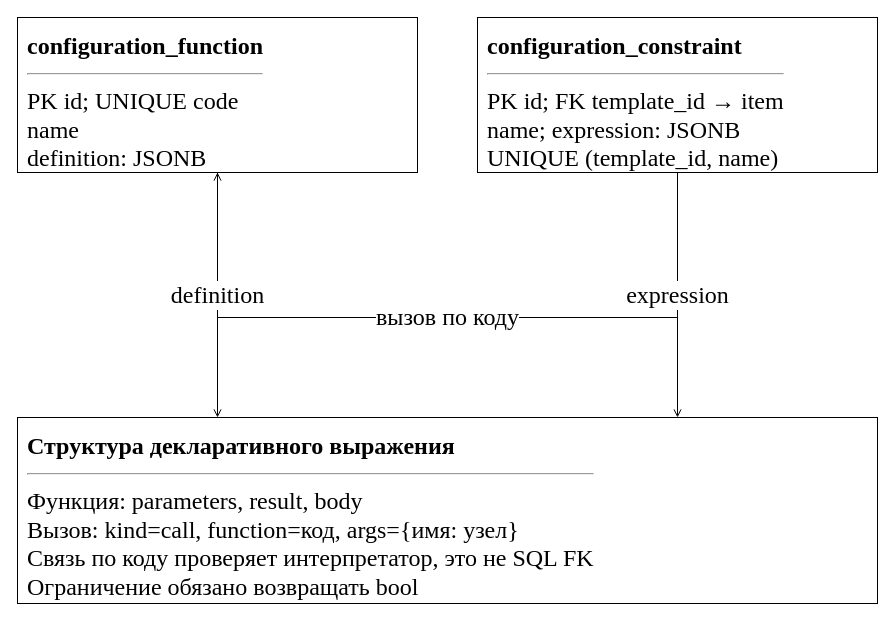
The draw.io diagram utils/lab7/diagrams/08_erd_rules.drawio in 10xtheo/mispris-sem7, before the edit. Source tidied: cells renumbered, new cells numbered last; positions are measured from the earlier drawing's top-left corner, leaving out a move shared by most shapes. Both pictures are drawn from the tidied source at 100%, with x=0, y=0 at pixel (17, 17).
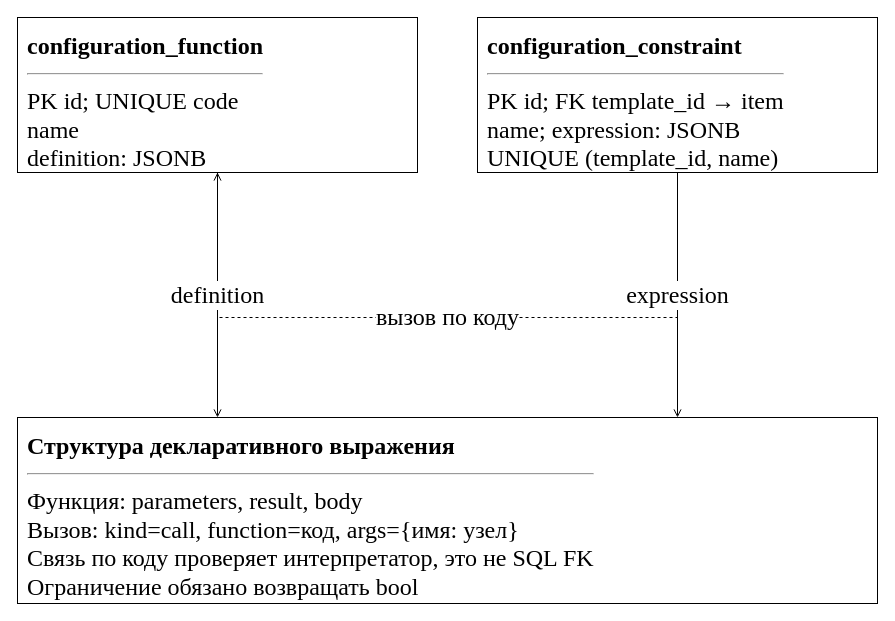
The same page after the edit.

Change to the diagram source:
```diff
@@
 <mxGraphModel>
   <root>
     <mxCell id="0" />
     <mxCell id="1" parent="0" />
     <mxCell id="2" value="&lt;b&gt;configuration_function&lt;/b&gt;&lt;hr&gt;PK id; UNIQUE code&lt;br&gt;name&lt;br&gt;definition: JSONB" style="rounded=0;whiteSpace=wrap;html=1;align=left;verticalAlign=top;fontFamily=Times New Roman;fontSize=24;spacing=10;fillColor=#ffffff;strokeColor=#000000;" parent="1" vertex="1">
       <mxGeometry width="400" height="155" as="geometry" />
     </mxCell>
     <mxCell id="3" value="&lt;b&gt;configuration_constraint&lt;/b&gt;&lt;hr&gt;PK id; FK template_id → item&lt;br&gt;name; expression: JSONB&lt;br&gt;UNIQUE (template_id, name)" style="rounded=0;whiteSpace=wrap;html=1;align=left;verticalAlign=top;fontFamily=Times New Roman;fontSize=24;spacing=10;fillColor=#ffffff;strokeColor=#000000;" parent="1" vertex="1">
       <mxGeometry x="460" width="400" height="155" as="geometry" />
     </mxCell>
     <mxCell id="4" value="&lt;b&gt;Структура декларативного выражения&lt;/b&gt;&lt;hr&gt;Функция: parameters, result, body&lt;br&gt;Вызов: kind=call, function=код, args={имя: узел}&lt;br&gt;Связь по коду проверяет интерпретатор, это не SQL FK&lt;br&gt;Ограничение обязано возвращать bool" style="rounded=0;whiteSpace=wrap;html=1;align=left;verticalAlign=top;fontFamily=Times New Roman;fontSize=24;spacing=10;fillColor=#ffffff;strokeColor=#000000;" parent="1" vertex="1">
       <mxGeometry y="400" width="860" height="186" as="geometry" />
     </mxCell>
-    <mxCell id="5" value="вызов по коду" style="edgeStyle=orthogonalEdgeStyle;rounded=0;html=1;endArrow=open;fontFamily=Times New Roman;fontSize=24;labelBackgroundColor=#ffffff;exitX=0.5;exitY=1.0;entryX=0.5;entryY=1.0;" parent="1" edge="1" source="3" target="2">
+    <mxCell id="5" value="вызов по коду" style="edgeStyle=orthogonalEdgeStyle;rounded=0;html=1;endArrow=open;fontFamily=Times New Roman;fontSize=24;labelBackgroundColor=#ffffff;exitX=0.5;exitY=1.0;entryX=0.5;entryY=1.0;dashed=1;endArrow=open;" parent="1" edge="1" source="3" target="2">
       <mxGeometry relative="1" as="geometry">
         <Array as="points">
           <mxPoint x="660" y="300" />
           <mxPoint x="200" y="300" />
         </Array>
       </mxGeometry>
     </mxCell>
     <mxCell id="6" value="definition" style="edgeStyle=orthogonalEdgeStyle;rounded=0;html=1;endArrow=open;fontFamily=Times New Roman;fontSize=24;labelBackgroundColor=#ffffff;exitX=0.5;exitY=1.0;entryX=0.23255813953488372;entryY=0.0;" parent="1" edge="1" source="2" target="4">
       <mxGeometry relative="1" as="geometry" />
     </mxCell>
     <mxCell id="7" value="expression" style="edgeStyle=orthogonalEdgeStyle;rounded=0;html=1;endArrow=open;fontFamily=Times New Roman;fontSize=24;labelBackgroundColor=#ffffff;exitX=0.5;exitY=1.0;entryX=0.7674418604651163;entryY=0.0;" parent="1" edge="1" source="3" target="4">
       <mxGeometry relative="1" as="geometry" />
     </mxCell>
   </root>
 </mxGraphModel>
```
